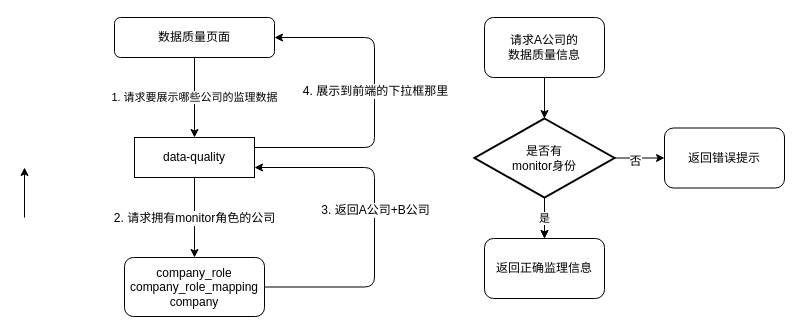
This is company-role_data-quality.drawio from danielsunzhongyuan/drawio, a draw.io file, before an edit. Source tidied: cells renumbered, new cells numbered last; positions are measured from the earlier drawing's top-left corner, leaving out a move shared by most shapes. Both pictures are drawn from the tidied source at 100%, with x=0, y=0 at pixel (24, 17).
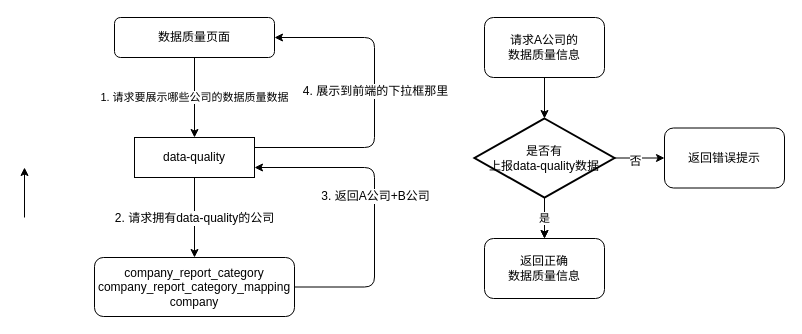
Above is the later version.

Unchanged cells that the change refers to:
```xml
<mxCell id="3" value="数据质量页面" style="rounded=1;whiteSpace=wrap;html=1;" parent="1" vertex="1">
  <mxGeometry x="90" width="160" height="40" as="geometry" />
</mxCell>
<mxCell id="4" style="edgeStyle=orthogonalEdgeStyle;rounded=0;jettySize=auto;html=1;" parent="1" edge="1" source="6" target="7">
  <mxGeometry relative="1" as="geometry" />
</mxCell>
<mxCell id="6" value="data-quality" style="rounded=1;whiteSpace=wrap;html=1;arcSize=0;" parent="1" vertex="1">
  <mxGeometry x="110" y="120" width="120" height="40" as="geometry" />
</mxCell>
```

Change to the diagram source:
```diff
@@
-    <mxCell id="2" value="1. 请求要展示哪些公司的监理数据" style="edgeStyle=orthogonalEdgeStyle;rounded=0;jettySize=auto;html=1;" parent="1" edge="1" source="3" target="6">
+    <mxCell id="2" value="1. 请求要展示哪些公司的数据质量数据" style="edgeStyle=orthogonalEdgeStyle;rounded=0;jettySize=auto;html=1;" parent="1" edge="1" source="3" target="6">
       <mxGeometry relative="1" as="geometry" />
     </mxCell>
@@
-    <mxCell id="5" value="2. 请求拥有monitor角色的公司" style="text;html=1;align=center;verticalAlign=middle;labelBackgroundColor=#ffffff;" parent="4" vertex="1">
+    <mxCell id="5" value="2. 请求拥有data-quality的公司" style="text;html=1;align=center;verticalAlign=middle;labelBackgroundColor=#ffffff;" parent="4" vertex="1">
       <mxGeometry y="-1" relative="1" as="geometry" />
     </mxCell>
@@
-    <mxCell id="7" value="company_role&lt;br&gt;company_role_mapping&lt;br&gt;company" style="rounded=1;whiteSpace=wrap;html=1;" parent="1" vertex="1">
-      <mxGeometry x="100" y="240" width="140" height="59" as="geometry" />
+    <mxCell id="7" value="company_report_category&lt;br&gt;company_report_category_mapping&lt;br&gt;company" style="rounded=1;whiteSpace=wrap;html=1;" parent="1" vertex="1">
+      <mxGeometry x="70" y="240" width="200" height="59" as="geometry" />
     </mxCell>
@@
-    <mxCell id="19" value="是否有&lt;br&gt;monitor身份" style="strokeWidth=2;html=1;shape=mxgraph.flowchart.decision;whiteSpace=wrap;" parent="1" vertex="1">
+    <mxCell id="19" value="是否有&lt;br&gt;上报data-quality数据" style="strokeWidth=2;html=1;shape=mxgraph.flowchart.decision;whiteSpace=wrap;" parent="1" vertex="1">
       <mxGeometry x="450" y="101" width="140" height="79" as="geometry" />
     </mxCell>
@@
-    <mxCell id="21" value="返回正确监理信息" style="rounded=1;whiteSpace=wrap;html=1;" parent="1" vertex="1">
+    <mxCell id="21" value="返回正确&lt;br&gt;数据质量信息" style="rounded=1;whiteSpace=wrap;html=1;" parent="1" vertex="1">
       <mxGeometry x="460" y="221" width="120" height="60" as="geometry" />
     </mxCell>
```
